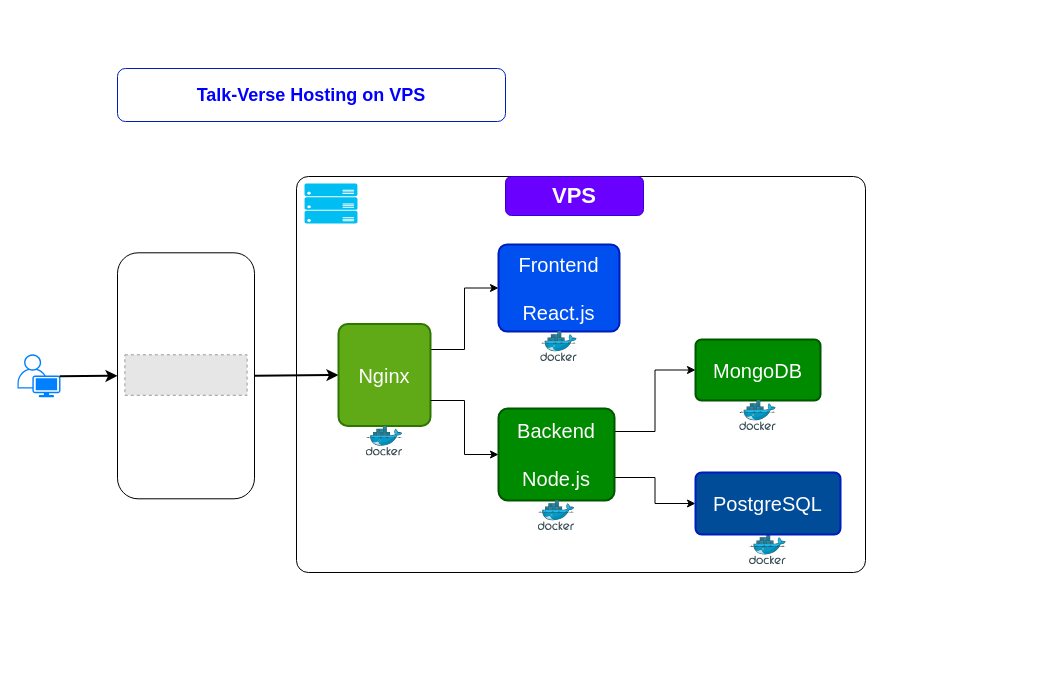
The draw.io diagram Talk-Verse-Hosting-Diagram.drawio in NVJ9SINGHNAVJOT/talk-verse, before the edit. Source tidied: cells renumbered, new cells numbered last; positions are measured from the earlier drawing's top-left corner, leaving out a move shared by most shapes. Both pictures are drawn from the tidied source at 100%, with x=0, y=0 at pixel (17, 68). Pictures stored in the file or linked from it are replaced by grey dashed boxes.
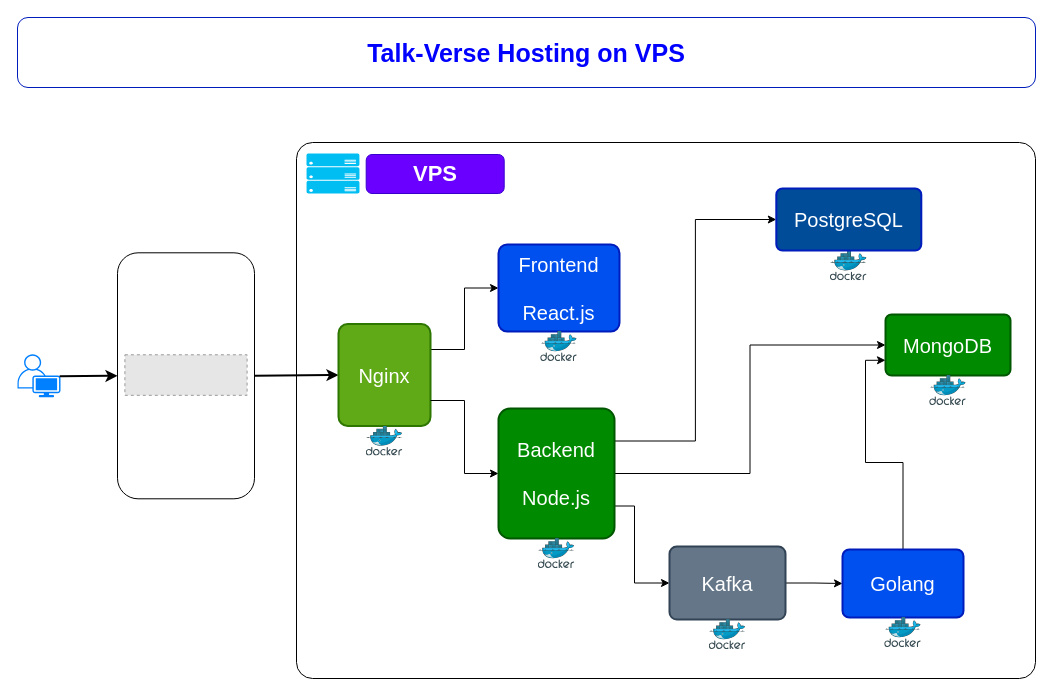
The same page after the edit.

Commit message:
docs(hosting): diagram updated

Diff of the diagram source:
```diff
@@
-    <mxCell id="2" value="&lt;b&gt;&lt;font color=&quot;#0000ff&quot; style=&quot;font-size: 18px;&quot;&gt;Talk-Verse Hosting on VPS&lt;/font&gt;&lt;/b&gt;" style="rounded=1;whiteSpace=wrap;html=1;fillColor=#FFFFFF;fontColor=#ffffff;strokeColor=#001DBC;" parent="1" vertex="1">
-      <mxGeometry x="100" width="388" height="53" as="geometry" />
+    <mxCell id="2" value="&lt;b&gt;&lt;font color=&quot;#0000ff&quot; style=&quot;font-size: 25px;&quot;&gt;Talk-Verse Hosting on VPS&lt;/font&gt;&lt;/b&gt;" style="rounded=1;whiteSpace=wrap;html=1;fillColor=#FFFFFF;fontColor=#ffffff;strokeColor=#001DBC;" parent="1" vertex="1">
+      <mxGeometry y="-51" width="1018" height="70" as="geometry" />
     </mxCell>
@@
     <mxCell id="5" style="rounded=1;whiteSpace=wrap;html=1;gradientColor=none;arcSize=3;" parent="1" vertex="1">
-      <mxGeometry x="279" y="108" width="569" height="396" as="geometry" />
+      <mxGeometry x="279" y="74" width="739" height="536" as="geometry" />
     </mxCell>
     <mxCell id="6" style="verticalLabelPosition=bottom;html=1;verticalAlign=top;align=center;strokeColor=none;fillColor=#00BEF2;shape=mxgraph.azure.server_rack;" parent="1" vertex="1">
-      <mxGeometry x="287" y="115" width="53" height="40" as="geometry" />
+      <mxGeometry x="289" y="85" width="53" height="40" as="geometry" />
     </mxCell>
@@
-    <mxCell id="14" style="edgeStyle=orthogonalEdgeStyle;rounded=0;jettySize=auto;html=1;exitX=1;exitY=0.25;exitDx=0;exitDy=0;entryX=0;entryY=0.5;entryDx=0;entryDy=0;" parent="1" edge="1" source="16" target="17">
+    <mxCell id="14" style="edgeStyle=orthogonalEdgeStyle;rounded=0;jettySize=auto;html=1;exitX=1;exitY=0.5;exitDx=0;exitDy=0;entryX=0;entryY=0.5;entryDx=0;entryDy=0;" parent="1" edge="1" source="16" target="17">
       <mxGeometry relative="1" as="geometry" />
     </mxCell>
-    <mxCell id="15" style="edgeStyle=orthogonalEdgeStyle;rounded=0;jettySize=auto;html=1;exitX=1;exitY=0.75;exitDx=0;exitDy=0;entryX=0;entryY=0.5;entryDx=0;entryDy=0;" parent="1" edge="1" source="16" target="22">
+    <mxCell id="15" style="edgeStyle=orthogonalEdgeStyle;rounded=0;jettySize=auto;html=1;exitX=1;exitY=0.25;exitDx=0;exitDy=0;entryX=0;entryY=0.5;entryDx=0;entryDy=0;" parent="1" edge="1" source="16" target="22">
       <mxGeometry relative="1" as="geometry" />
     </mxCell>
+    <mxCell id="25" style="edgeStyle=orthogonalEdgeStyle;rounded=0;jettySize=auto;html=1;exitX=1;exitY=0.75;exitDx=0;exitDy=0;entryX=0;entryY=0.5;entryDx=0;entryDy=0;" parent="1" edge="1" source="16" target="27">
+      <mxGeometry relative="1" as="geometry">
+        <Array as="points">
+          <mxPoint x="617" y="437" />
+          <mxPoint x="617" y="515" />
+        </Array>
+      </mxGeometry>
+    </mxCell>
     <mxCell id="16" value="&lt;font style=&quot;font-size: 20px;&quot;&gt;Backend&lt;/font&gt;&lt;div&gt;&lt;font style=&quot;font-size: 20px;&quot;&gt;&lt;br&gt;&lt;/font&gt;&lt;/div&gt;&lt;div&gt;&lt;font style=&quot;font-size: 20px;&quot;&gt;Node.js&lt;/font&gt;&lt;/div&gt;" style="rounded=1;whiteSpace=wrap;html=1;arcSize=10;strokeColor=#005700;strokeWidth=2;fillColor=#008a00;fontColor=#ffffff;" parent="1" vertex="1">
-      <mxGeometry x="481" y="340" width="116" height="92" as="geometry" />
+      <mxGeometry x="481" y="340" width="116" height="130" as="geometry" />
     </mxCell>
     <mxCell id="17" value="&lt;span style=&quot;font-size: 20px;&quot;&gt;MongoDB&lt;/span&gt;" style="rounded=1;whiteSpace=wrap;html=1;arcSize=10;strokeColor=#005700;strokeWidth=2;fillColor=#008a00;fontColor=#ffffff;" parent="1" vertex="1">
-      <mxGeometry x="678" y="271" width="125" height="61" as="geometry" />
+      <mxGeometry x="868" y="246" width="125" height="61" as="geometry" />
     </mxCell>
@@
     <mxCell id="19" style="image;sketch=0;html=1;align=center;fontSize=12;image=img/lib/mscae/Docker.svg;" parent="1" vertex="1">
-      <mxGeometry x="520.7" y="432" width="36.6" height="30" as="geometry" />
+      <mxGeometry x="520.7" y="470" width="36.6" height="30" as="geometry" />
     </mxCell>
     <mxCell id="20" style="image;sketch=0;html=1;align=center;fontSize=12;image=img/lib/mscae/Docker.svg;" parent="1" vertex="1">
-      <mxGeometry x="732" y="466" width="36.8" height="30.2" as="geometry" />
+      <mxGeometry x="812.8" y="182" width="36.8" height="30.2" as="geometry" />
     </mxCell>
     <mxCell id="21" style="image;sketch=0;html=1;align=center;fontSize=12;image=img/lib/mscae/Docker.svg;" parent="1" vertex="1">
-      <mxGeometry x="722.2" y="332" width="36.6" height="30" as="geometry" />
+      <mxGeometry x="912.2" y="307" width="36.6" height="30" as="geometry" />
     </mxCell>
     <mxCell id="22" value="&lt;span style=&quot;font-size: 20px;&quot;&gt;PostgreSQL&lt;/span&gt;" style="rounded=1;whiteSpace=wrap;html=1;arcSize=10;strokeColor=#001DBC;strokeWidth=2;fillColor=#004C99;fontColor=#ffffff;" parent="1" vertex="1">
-      <mxGeometry x="678" y="404" width="145" height="62" as="geometry" />
+      <mxGeometry x="758.8" y="120" width="145" height="62" as="geometry" />
     </mxCell>
@@
     <mxCell id="24" value="&lt;b style=&quot;text-wrap: nowrap;&quot;&gt;&lt;font style=&quot;font-size: 22px;&quot;&gt;VPS&lt;/font&gt;&lt;/b&gt;" style="rounded=1;whiteSpace=wrap;html=1;fillColor=#6a00ff;fontColor=#ffffff;strokeColor=#3700CC;" parent="1" vertex="1">
-      <mxGeometry x="488" y="108" width="138" height="39" as="geometry" />
+      <mxGeometry x="348.7" y="86" width="138" height="39" as="geometry" />
     </mxCell>
+    <mxCell id="26" style="edgeStyle=orthogonalEdgeStyle;rounded=0;jettySize=auto;html=1;exitX=1;exitY=0.5;exitDx=0;exitDy=0;entryX=0;entryY=0.5;entryDx=0;entryDy=0;" parent="1" edge="1" source="27" target="30">
+      <mxGeometry relative="1" as="geometry" />
+    </mxCell>
+    <mxCell id="27" value="&lt;span style=&quot;font-size: 20px;&quot;&gt;Kafka&lt;/span&gt;" style="rounded=1;whiteSpace=wrap;html=1;arcSize=10;strokeColor=#314354;strokeWidth=2;fillColor=#647687;fontColor=#ffffff;" parent="1" vertex="1">
+      <mxGeometry x="652" y="478" width="116" height="73" as="geometry" />
+    </mxCell>
+    <mxCell id="28" style="image;sketch=0;html=1;align=center;fontSize=12;image=img/lib/mscae/Docker.svg;fillColor=#647687;strokeColor=#314354;fontColor=#ffffff;" parent="1" vertex="1">
+      <mxGeometry x="691.7" y="551" width="36.6" height="30" as="geometry" />
+    </mxCell>
+    <mxCell id="29" style="edgeStyle=orthogonalEdgeStyle;rounded=0;jettySize=auto;html=1;exitX=0.5;exitY=0;exitDx=0;exitDy=0;entryX=0;entryY=0.75;entryDx=0;entryDy=0;" parent="1" edge="1" source="30" target="17">
+      <mxGeometry relative="1" as="geometry" />
+    </mxCell>
+    <mxCell id="30" value="&lt;div&gt;&lt;span style=&quot;font-size: 20px; background-color: initial;&quot;&gt;Golang&lt;/span&gt;&lt;br&gt;&lt;/div&gt;" style="rounded=1;whiteSpace=wrap;html=1;arcSize=10;strokeColor=#001DBC;strokeWidth=2;fillColor=#0050ef;fontColor=#ffffff;" parent="1" vertex="1">
+      <mxGeometry x="825" y="481" width="121" height="68" as="geometry" />
+    </mxCell>
+    <mxCell id="31" style="image;sketch=0;html=1;align=center;fontSize=12;image=img/lib/mscae/Docker.svg;" parent="1" vertex="1">
+      <mxGeometry x="867.2" y="549" width="36.6" height="30" as="geometry" />
+    </mxCell>
```
